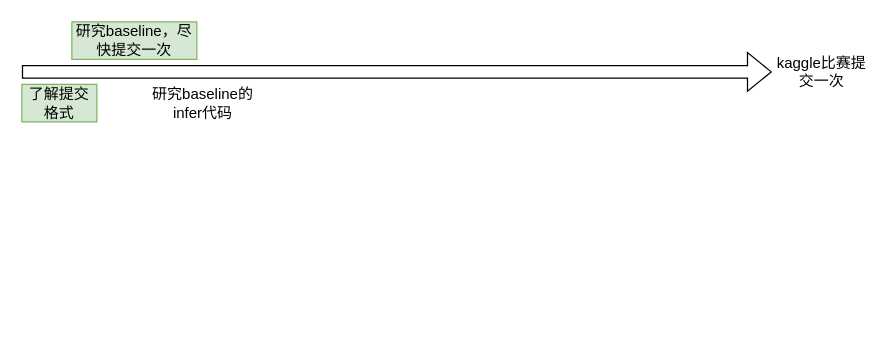
The draw.io diagram main_task.drawio in mayi140611/document_knowledge_management, before the edit. Source tidied: cells renumbered, new cells numbered last; positions are measured from the earlier drawing's top-left corner, leaving out a move shared by most shapes. Both pictures are drawn from the tidied source at 125%, with x=0, y=0 at pixel (21, 21).
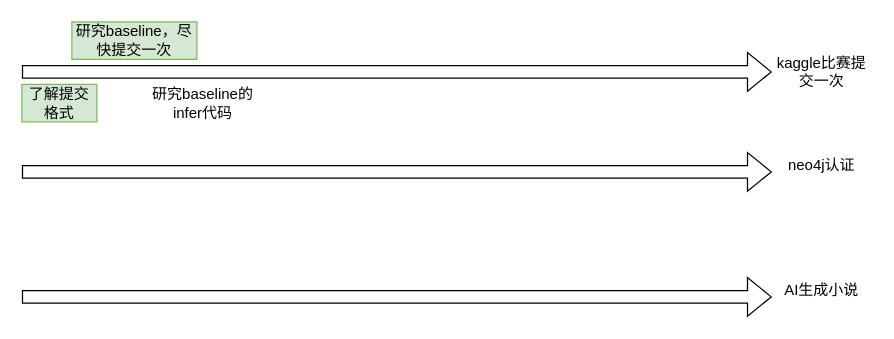
The same page after the edit.

What changed in the source:
```diff
@@
 <mxGraphModel>
   <root>
     <mxCell id="0" />
     <mxCell id="1" parent="0" />
     <mxCell id="2" style="shape=flexArrow;endArrow=classic;html=1;rounded=0;" parent="1" edge="1" target="3">
       <mxGeometry relative="1" as="geometry">
         <mxPoint y="40" as="sourcePoint" />
       </mxGeometry>
     </mxCell>
     <mxCell id="3" value="kaggle比赛提交一次" style="text;html=1;strokeColor=none;fillColor=none;align=center;verticalAlign=middle;whiteSpace=wrap;rounded=0;" parent="1" vertex="1">
       <mxGeometry x="600" y="25" width="80" height="30" as="geometry" />
     </mxCell>
     <mxCell id="4" value="了解提交格式" style="text;html=1;strokeColor=#82b366;fillColor=#d5e8d4;align=center;verticalAlign=middle;whiteSpace=wrap;rounded=0;" parent="1" vertex="1">
       <mxGeometry y="50" width="60" height="30" as="geometry" />
     </mxCell>
     <mxCell id="5" value="研究baseline，尽快提交一次" style="text;html=1;strokeColor=#82b366;fillColor=#d5e8d4;align=center;verticalAlign=middle;whiteSpace=wrap;rounded=0;shadow=0;" parent="1" vertex="1">
       <mxGeometry x="40" width="100" height="30" as="geometry" />
     </mxCell>
     <mxCell id="6" value="研究baseline的infer代码" style="text;html=1;strokeColor=none;fillColor=none;align=center;verticalAlign=middle;whiteSpace=wrap;rounded=0;" parent="1" vertex="1">
       <mxGeometry x="100" y="50" width="90" height="30" as="geometry" />
     </mxCell>
+    <mxCell id="7" style="shape=flexArrow;endArrow=classic;html=1;rounded=0;" parent="1" edge="1">
+      <mxGeometry relative="1" as="geometry">
+        <mxPoint y="120" as="sourcePoint" />
+        <mxPoint x="600" y="120" as="targetPoint" />
+      </mxGeometry>
+    </mxCell>
+    <mxCell id="8" value="neo4j认证" style="text;html=1;strokeColor=none;fillColor=none;align=center;verticalAlign=middle;whiteSpace=wrap;rounded=0;" parent="1" vertex="1">
+      <mxGeometry x="600" y="100" width="80" height="30" as="geometry" />
+    </mxCell>
+    <mxCell id="9" style="shape=flexArrow;endArrow=classic;html=1;rounded=0;" parent="1" edge="1">
+      <mxGeometry relative="1" as="geometry">
+        <mxPoint y="220" as="sourcePoint" />
+        <mxPoint x="600" y="220" as="targetPoint" />
+      </mxGeometry>
+    </mxCell>
+    <mxCell id="10" value="AI生成小说" style="text;html=1;strokeColor=none;fillColor=none;align=center;verticalAlign=middle;whiteSpace=wrap;rounded=0;" parent="1" vertex="1">
+      <mxGeometry x="600" y="200" width="80" height="30" as="geometry" />
+    </mxCell>
   </root>
 </mxGraphModel>
```
